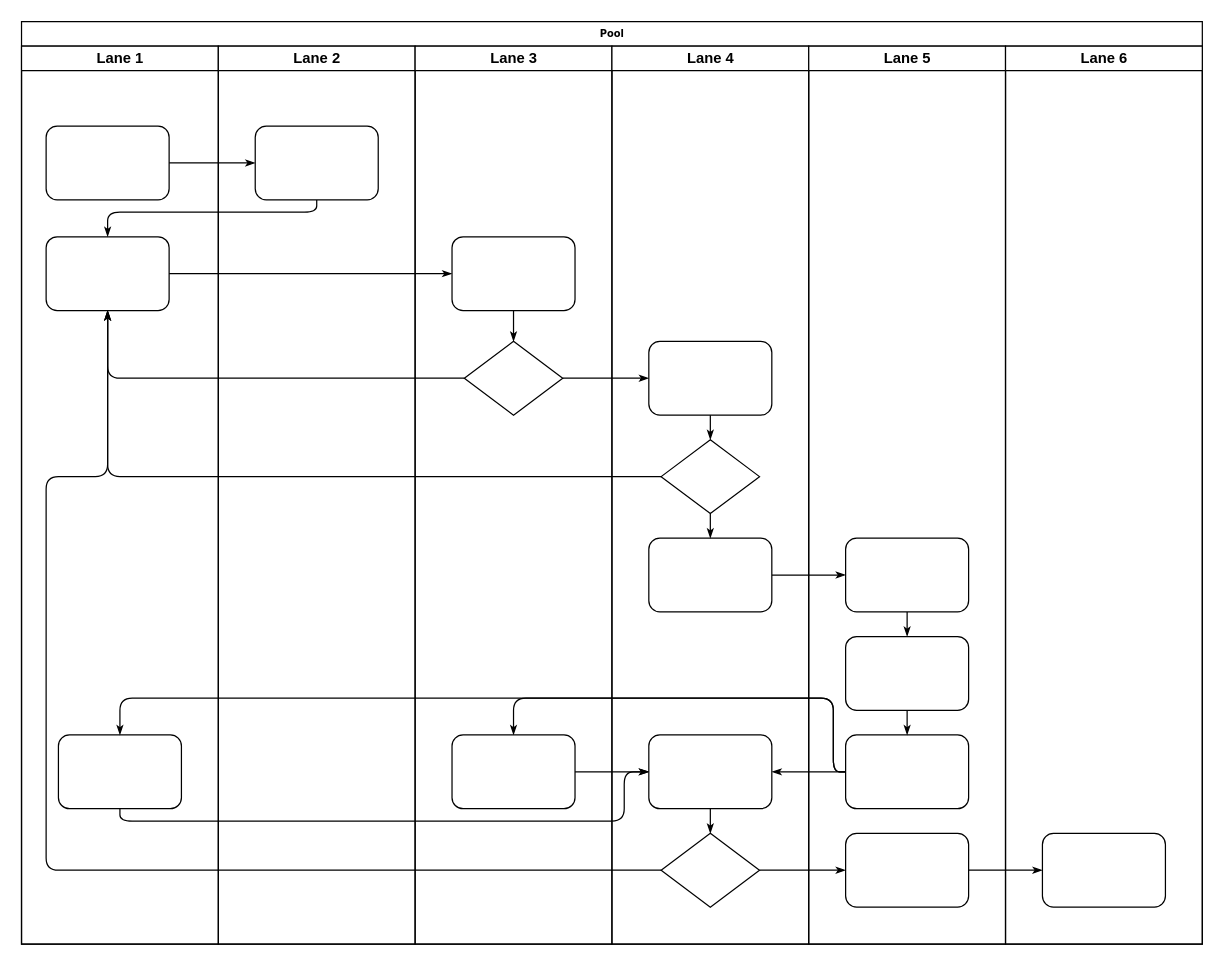
The draw.io diagram 未命名绘图.drawio in 100apps/App-Store-Spider, before the edit. Source tidied: cells renumbered, new cells numbered last; positions are measured from the earlier drawing's top-left corner, leaving out a move shared by most shapes. Both pictures are drawn from the tidied source at 123%, with x=0, y=0 at pixel (21, 21).
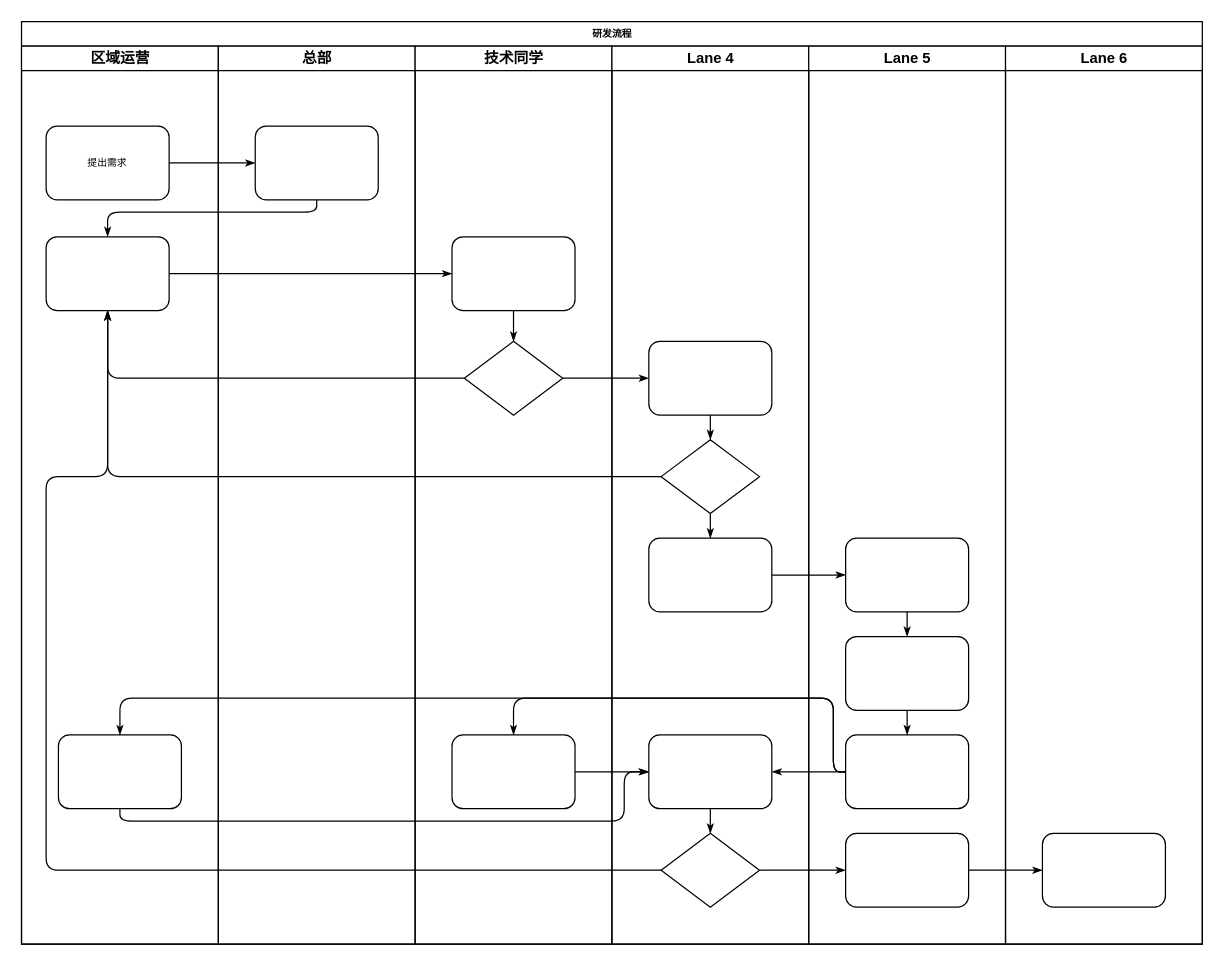
The same diagram, later.

Commit message:
更新未命名绘图.drawio

The edit, as a diff of the source:
```diff
@@
-    <mxCell id="2" value="Pool" style="swimlane;html=1;startSize=20;rounded=0;shadow=0;labelBackgroundColor=none;strokeWidth=1;fontFamily=Verdana;fontSize=8;align=center;" parent="1" vertex="1">
+    <mxCell id="2" value="研发流程" style="swimlane;html=1;startSize=20;rounded=0;shadow=0;labelBackgroundColor=none;strokeWidth=1;fontFamily=Verdana;fontSize=8;align=center;" parent="1" vertex="1">
       <mxGeometry width="960" height="750" as="geometry" />
     </mxCell>
-    <mxCell id="3" value="Lane 1" style="swimlane;html=1;startSize=20;" parent="2" vertex="1">
+    <mxCell id="3" value="区域运营" style="swimlane;html=1;startSize=20;" parent="2" vertex="1">
       <mxGeometry y="20" width="160" height="730" as="geometry" />
     </mxCell>
-    <mxCell id="4" style="rounded=1;whiteSpace=wrap;html=1;shadow=0;labelBackgroundColor=none;strokeWidth=1;fontFamily=Verdana;fontSize=8;align=center;" parent="3" vertex="1">
+    <mxCell id="4" value="提出需求" style="rounded=1;whiteSpace=wrap;html=1;shadow=0;labelBackgroundColor=none;strokeWidth=1;fontFamily=Verdana;fontSize=8;align=center;" parent="3" vertex="1">
       <mxGeometry x="20" y="65" width="100" height="60" as="geometry" />
     </mxCell>
@@
-    <mxCell id="22" value="Lane 2" style="swimlane;html=1;startSize=20;" parent="2" vertex="1">
+    <mxCell id="22" value="总部" style="swimlane;html=1;startSize=20;" parent="2" vertex="1">
       <mxGeometry x="160" y="20" width="160" height="730" as="geometry" />
     </mxCell>
@@
-    <mxCell id="24" value="Lane 3" style="swimlane;html=1;startSize=20;" parent="2" vertex="1">
+    <mxCell id="24" value="技术同学" style="swimlane;html=1;startSize=20;" parent="2" vertex="1">
       <mxGeometry x="320" y="20" width="160" height="730" as="geometry" />
     </mxCell>
```
